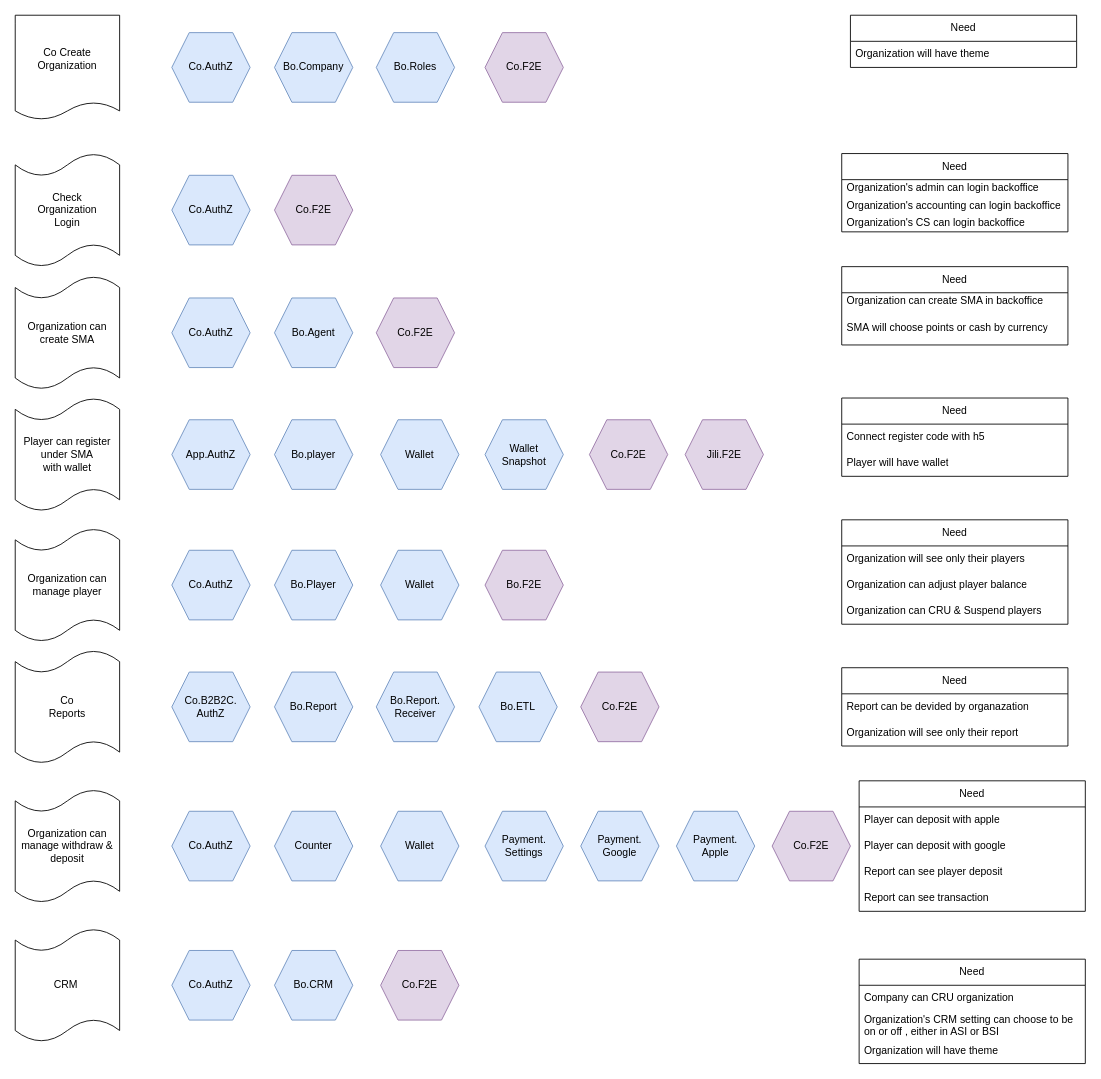
This is page "Develop Order" (6 of 6) of Bluewhale.drawio from ZoeHYH/Bluewhale, a draw.io file, before an edit. Source tidied: cells renumbered, new cells numbered last; positions are measured from the earlier drawing's top-left corner, leaving out a move shared by most shapes. Both pictures are drawn from the tidied source at 87%, with x=0, y=0 at pixel (15, 15).
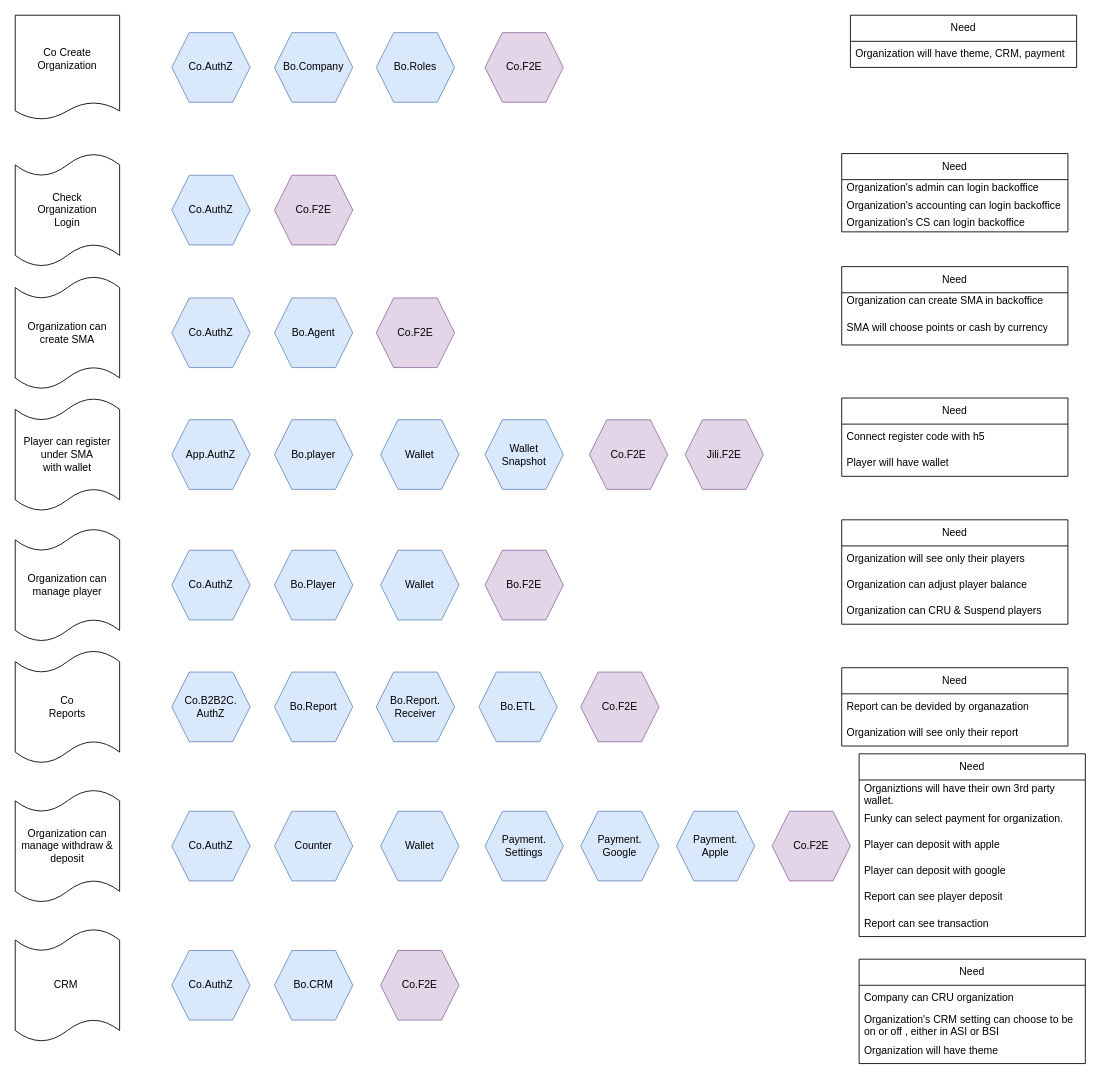
The same page after the edit.

The change refers to these unchanged cells:
```xml
<mxCell id="2" value="Need" style="swimlane;fontStyle=0;horizontal=1;startSize=30;whiteSpace=wrap;html=1;" parent="1" vertex="1">
  <mxGeometry x="960" width="260" height="60" as="geometry" />
</mxCell>
```

Diff of the diagram source:
```diff
@@
-    <mxCell id="3" value="&lt;div style=&quot;text-align: center;&quot;&gt;&lt;span style=&quot;background-color: initial;&quot;&gt;Organization will have theme&lt;/span&gt;&lt;/div&gt;" style="text;strokeColor=none;fillColor=none;align=left;verticalAlign=middle;spacingLeft=4;spacingRight=4;overflow=hidden;whiteSpace=wrap;html=1;" parent="2" vertex="1">
+    <mxCell id="3" value="&lt;div style=&quot;text-align: center;&quot;&gt;&lt;span style=&quot;background-color: initial;&quot;&gt;Organization will have theme, CRM,&amp;nbsp;&lt;/span&gt;&lt;span style=&quot;background-color: initial;&quot;&gt;payment&lt;/span&gt;&lt;span style=&quot;background-color: initial;&quot;&gt;&amp;nbsp;&lt;/span&gt;&lt;/div&gt;" style="text;strokeColor=none;fillColor=none;align=left;verticalAlign=middle;spacingLeft=4;spacingRight=4;overflow=hidden;whiteSpace=wrap;html=1;" parent="2" vertex="1">
       <mxGeometry y="30" width="260" height="30" as="geometry" />
     </mxCell>
@@
     <mxCell id="79" value="Need" style="swimlane;fontStyle=0;horizontal=1;startSize=30;whiteSpace=wrap;html=1;" parent="1" vertex="1">
-      <mxGeometry x="970" y="880" width="260" height="150" as="geometry" />
+      <mxGeometry x="970" y="849" width="260" height="210" as="geometry" />
     </mxCell>
+    <mxCell id="88" value="&lt;span style=&quot;text-align: center;&quot;&gt;Organiztions will have their own 3rd party wallet.&lt;/span&gt;" style="text;strokeColor=none;fillColor=none;align=left;verticalAlign=middle;spacingLeft=4;spacingRight=4;overflow=hidden;whiteSpace=wrap;html=1;" parent="79" vertex="1">
+      <mxGeometry y="30" width="260" height="30" as="geometry" />
+    </mxCell>
+    <mxCell id="89" value="&lt;span style=&quot;text-align: center;&quot;&gt;Funky can select payment for organization.&lt;/span&gt;" style="text;strokeColor=none;fillColor=none;align=left;verticalAlign=middle;spacingLeft=4;spacingRight=4;overflow=hidden;whiteSpace=wrap;html=1;" parent="79" vertex="1">
+      <mxGeometry y="60" width="260" height="30" as="geometry" />
+    </mxCell>
     <mxCell id="80" value="&lt;span style=&quot;text-align: center;&quot;&gt;Player can deposit with apple&lt;/span&gt;" style="text;strokeColor=none;fillColor=none;align=left;verticalAlign=middle;spacingLeft=4;spacingRight=4;overflow=hidden;whiteSpace=wrap;html=1;" parent="79" vertex="1">
-      <mxGeometry y="30" width="260" height="30" as="geometry" />
+      <mxGeometry y="90" width="260" height="30" as="geometry" />
     </mxCell>
     <mxCell id="81" value="&lt;span style=&quot;text-align: center;&quot;&gt;Player can deposit with google&amp;nbsp;&lt;/span&gt;" style="text;strokeColor=none;fillColor=none;align=left;verticalAlign=middle;spacingLeft=4;spacingRight=4;overflow=hidden;whiteSpace=wrap;html=1;" parent="79" vertex="1">
-      <mxGeometry y="60" width="260" height="30" as="geometry" />
+      <mxGeometry y="120" width="260" height="30" as="geometry" />
     </mxCell>
     <mxCell id="82" value="&lt;span style=&quot;text-align: center;&quot;&gt;Report can see player deposit&lt;/span&gt;" style="text;strokeColor=none;fillColor=none;align=left;verticalAlign=middle;spacingLeft=4;spacingRight=4;overflow=hidden;whiteSpace=wrap;html=1;" parent="79" vertex="1">
-      <mxGeometry y="90" width="260" height="30" as="geometry" />
+      <mxGeometry y="150" width="260" height="30" as="geometry" />
     </mxCell>
     <mxCell id="83" value="&lt;span style=&quot;text-align: center;&quot;&gt;Report can see transaction&lt;/span&gt;" style="text;strokeColor=none;fillColor=none;align=left;verticalAlign=middle;spacingLeft=4;spacingRight=4;overflow=hidden;whiteSpace=wrap;html=1;" parent="79" vertex="1">
-      <mxGeometry y="120" width="260" height="30" as="geometry" />
+      <mxGeometry y="180" width="260" height="30" as="geometry" />
     </mxCell>
```
